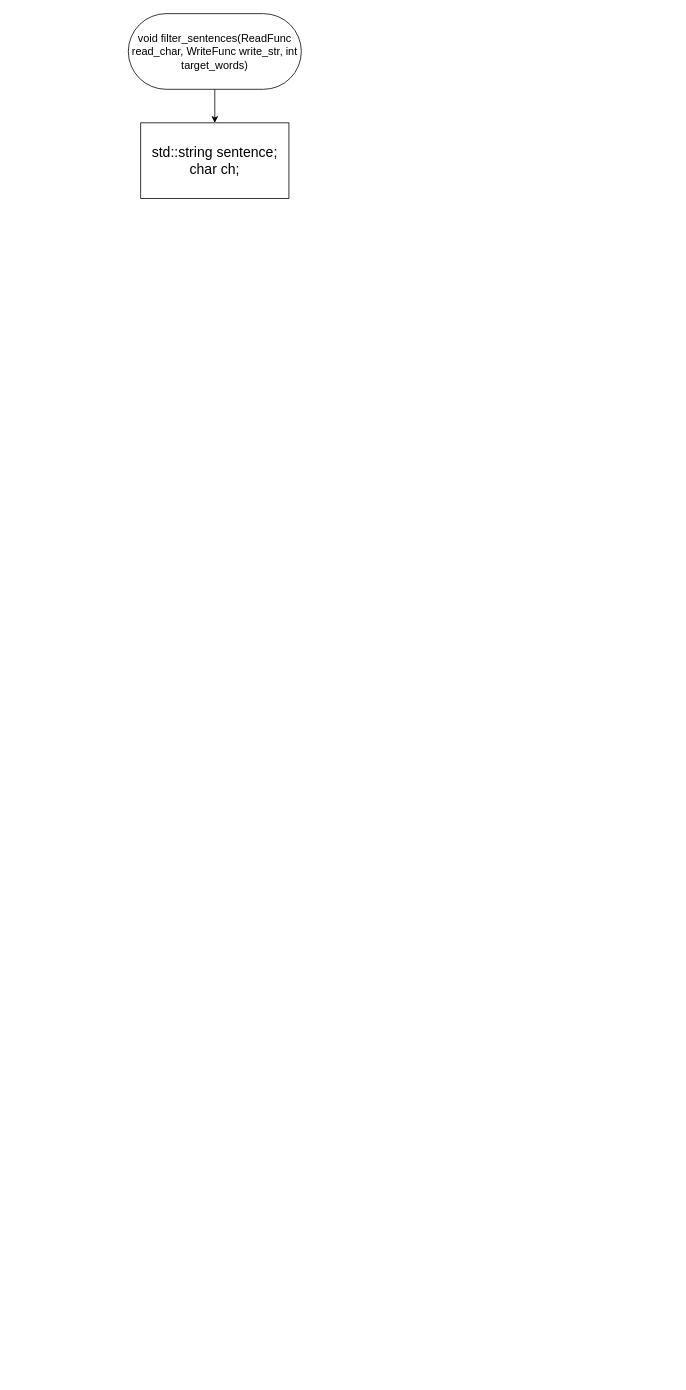
kravecila28-ops/Block-diagram_templates keeps this draw.io diagram as LAB8_filter_sentences.drawio. Above is the earlier version. Source tidied: cells renumbered, new cells numbered last; positions are measured from the earlier drawing's top-left corner, leaving out a move shared by most shapes. Both pictures are drawn from the tidied source at 78%, with x=0, y=0 at pixel (128, 13).
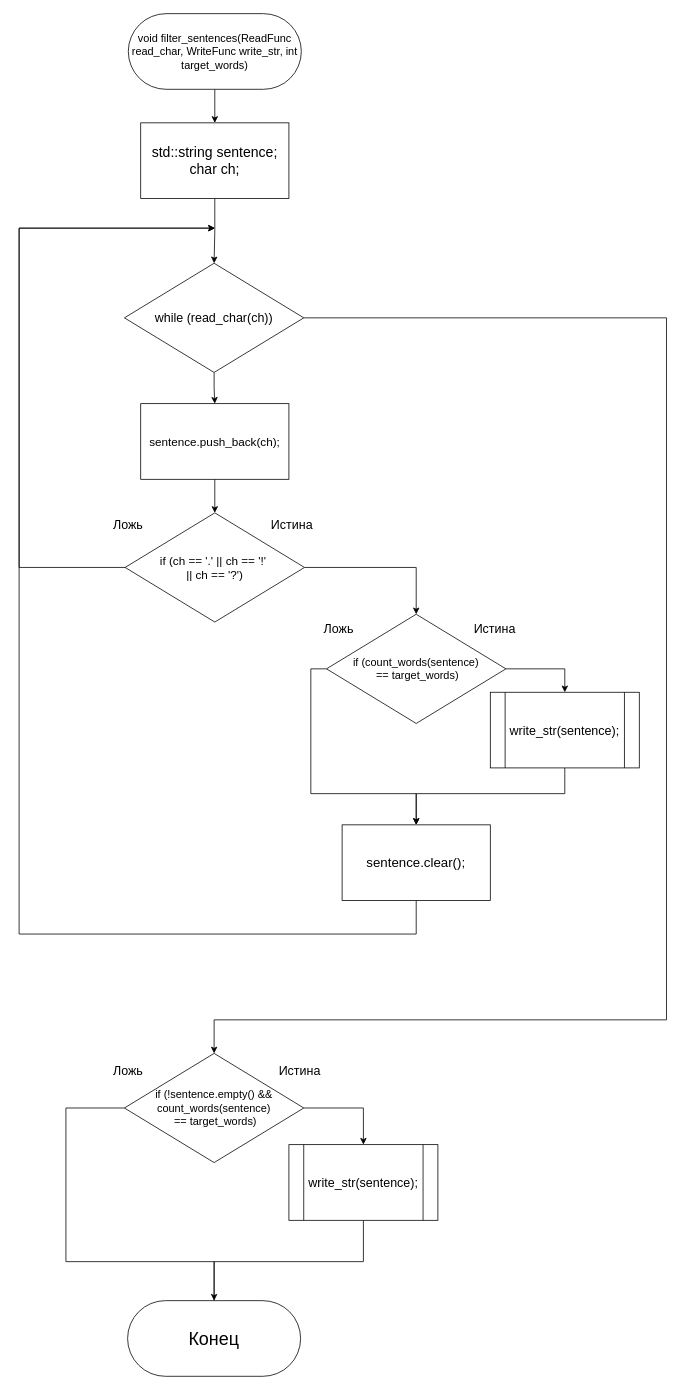
Above is the later version.

The change refers to these unchanged cells:
```xml
<mxCell id="3" value="&lt;font style=&quot;font-size: 14px;&quot;&gt;void filter_sentences(ReadFunc read_char, WriteFunc write_str, int target_words)&lt;/font&gt;" style="rounded=1;whiteSpace=wrap;html=1;arcSize=50;labelBackgroundColor=none;" parent="1" vertex="1">
  <mxGeometry width="221.8" height="97" as="geometry" />
</mxCell>
<mxCell id="4" value="&lt;div&gt;&lt;font style=&quot;font-size: 18px;&quot;&gt;std::string sentence;&lt;/font&gt;&lt;/div&gt;&lt;div&gt;&lt;font style=&quot;font-size: 18px;&quot;&gt;char ch;&lt;/font&gt;&lt;/div&gt;" style="rounded=0;whiteSpace=wrap;html=1;labelBackgroundColor=none;" parent="1" vertex="1">
  <mxGeometry x="15.9" y="140" width="190" height="97" as="geometry" />
</mxCell>
```

Change to the diagram source:
```diff
@@
-    <mxCell id="2" style="edgeStyle=orthogonalEdgeStyle;rounded=0;jettySize=auto;html=1;exitX=0.5;exitY=1;exitDx=0;exitDy=0;entryX=0.5;entryY=0;entryDx=0;entryDy=0;" parent="1" edge="1" source="3" target="4">
+    <mxCell id="2" style="edgeStyle=orthogonalEdgeStyle;rounded=0;jettySize=auto;html=1;exitX=0.5;exitY=1;exitDx=0;exitDy=0;entryX=0.5;entryY=0;entryDx=0;entryDy=0;labelBackgroundColor=none;fontColor=default;" parent="1" edge="1" source="3" target="4">
       <mxGeometry relative="1" as="geometry" />
     </mxCell>
@@
+    <mxCell id="5" style="edgeStyle=orthogonalEdgeStyle;rounded=0;jettySize=auto;html=1;exitX=0.5;exitY=1;exitDx=0;exitDy=0;entryX=0.5;entryY=0;entryDx=0;entryDy=0;labelBackgroundColor=none;fontColor=default;" parent="1" edge="1" source="4" target="8">
+      <mxGeometry relative="1" as="geometry" />
+    </mxCell>
@@
+    <mxCell id="6" style="edgeStyle=orthogonalEdgeStyle;rounded=0;jettySize=auto;html=1;exitX=0.5;exitY=1;exitDx=0;exitDy=0;entryX=0.5;entryY=0;entryDx=0;entryDy=0;labelBackgroundColor=none;fontColor=default;" parent="1" edge="1" source="8" target="14">
+      <mxGeometry relative="1" as="geometry" />
+    </mxCell>
+    <mxCell id="7" style="edgeStyle=orthogonalEdgeStyle;rounded=0;jettySize=auto;html=1;exitX=1;exitY=0.5;exitDx=0;exitDy=0;entryX=0.5;entryY=0;entryDx=0;entryDy=0;labelBackgroundColor=none;fontColor=default;" parent="1" edge="1" source="8" target="25">
+      <mxGeometry relative="1" as="geometry">
+        <Array as="points">
+          <mxPoint x="690" y="390" />
+          <mxPoint x="690" y="1290" />
+          <mxPoint x="110" y="1290" />
+        </Array>
+      </mxGeometry>
+    </mxCell>
+    <mxCell id="8" value="&lt;font style=&quot;font-size: 16px;&quot;&gt;while (read_char(ch))&lt;/font&gt;" style="rhombus;whiteSpace=wrap;html=1;labelBackgroundColor=none;" parent="1" vertex="1">
+      <mxGeometry x="-5" y="320" width="230" height="140" as="geometry" />
+    </mxCell>
+    <mxCell id="9" style="edgeStyle=orthogonalEdgeStyle;rounded=0;jettySize=auto;html=1;exitX=1;exitY=0.5;exitDx=0;exitDy=0;entryX=0.5;entryY=0;entryDx=0;entryDy=0;labelBackgroundColor=none;fontColor=default;" parent="1" edge="1" source="10" target="17">
+      <mxGeometry relative="1" as="geometry" />
+    </mxCell>
+    <mxCell id="10" value="&lt;font style=&quot;font-size: 15px;&quot;&gt;if (ch == '.' || ch == '!'&amp;nbsp;&lt;/font&gt;&lt;div&gt;&lt;font style=&quot;font-size: 15px;&quot;&gt;|| ch == '?')&lt;/font&gt;&lt;/div&gt;" style="rhombus;whiteSpace=wrap;html=1;labelBackgroundColor=none;" parent="1" vertex="1">
+      <mxGeometry x="-4.1" y="640" width="230" height="140" as="geometry" />
+    </mxCell>
+    <mxCell id="11" value="&lt;font style=&quot;font-size: 16px;&quot;&gt;Истина&lt;/font&gt;" style="text;html=1;whiteSpace=wrap;strokeColor=none;fillColor=none;align=center;verticalAlign=middle;rounded=0;labelBackgroundColor=none;" parent="1" vertex="1">
+      <mxGeometry x="180" y="640" width="60" height="30" as="geometry" />
+    </mxCell>
+    <mxCell id="12" value="&lt;span style=&quot;font-size: 16px;&quot;&gt;Ложь&lt;/span&gt;" style="text;html=1;whiteSpace=wrap;strokeColor=none;fillColor=none;align=center;verticalAlign=middle;rounded=0;labelBackgroundColor=none;" parent="1" vertex="1">
+      <mxGeometry x="-30" y="640" width="60" height="30" as="geometry" />
+    </mxCell>
+    <mxCell id="13" style="edgeStyle=orthogonalEdgeStyle;rounded=0;jettySize=auto;html=1;exitX=0.5;exitY=1;exitDx=0;exitDy=0;entryX=0.5;entryY=0;entryDx=0;entryDy=0;labelBackgroundColor=none;fontColor=default;" parent="1" edge="1" source="14" target="10">
+      <mxGeometry relative="1" as="geometry" />
+    </mxCell>
+    <mxCell id="14" value="&lt;font style=&quot;font-size: 15px;&quot;&gt;sentence.push_back(ch);&lt;/font&gt;" style="rounded=0;whiteSpace=wrap;html=1;labelBackgroundColor=none;" parent="1" vertex="1">
+      <mxGeometry x="15.9" y="500" width="190" height="97" as="geometry" />
+    </mxCell>
+    <mxCell id="15" style="edgeStyle=orthogonalEdgeStyle;rounded=0;jettySize=auto;html=1;exitX=1;exitY=0.5;exitDx=0;exitDy=0;entryX=0.5;entryY=0;entryDx=0;entryDy=0;labelBackgroundColor=none;fontColor=default;" parent="1" edge="1" source="17" target="31">
+      <mxGeometry relative="1" as="geometry" />
+    </mxCell>
+    <mxCell id="16" style="edgeStyle=orthogonalEdgeStyle;rounded=0;jettySize=auto;html=1;exitX=0;exitY=0.5;exitDx=0;exitDy=0;entryX=0.5;entryY=0;entryDx=0;entryDy=0;" parent="1" edge="1" source="17" target="22">
+      <mxGeometry relative="1" as="geometry">
+        <Array as="points">
+          <mxPoint x="234" y="840" />
+          <mxPoint x="234" y="1000" />
+          <mxPoint x="369" y="1000" />
+        </Array>
+      </mxGeometry>
+    </mxCell>
+    <mxCell id="17" value="&lt;font style=&quot;font-size: 14px;&quot;&gt;if (count_words(sentence)&lt;/font&gt;&lt;div&gt;&lt;font style=&quot;font-size: 14px;&quot;&gt;&amp;nbsp;== target_words)&lt;/font&gt;&lt;/div&gt;" style="rhombus;whiteSpace=wrap;html=1;labelBackgroundColor=none;" parent="1" vertex="1">
+      <mxGeometry x="254.1" y="770" width="230" height="140" as="geometry" />
+    </mxCell>
+    <mxCell id="18" value="&lt;font style=&quot;font-size: 16px;&quot;&gt;Истина&lt;/font&gt;" style="text;html=1;whiteSpace=wrap;strokeColor=none;fillColor=none;align=center;verticalAlign=middle;rounded=0;labelBackgroundColor=none;" parent="1" vertex="1">
+      <mxGeometry x="440" y="773" width="60" height="30" as="geometry" />
+    </mxCell>
+    <mxCell id="19" value="&lt;span style=&quot;font-size: 16px;&quot;&gt;Ложь&lt;/span&gt;" style="text;html=1;whiteSpace=wrap;strokeColor=none;fillColor=none;align=center;verticalAlign=middle;rounded=0;labelBackgroundColor=none;" parent="1" vertex="1">
+      <mxGeometry x="240" y="773" width="60" height="30" as="geometry" />
+    </mxCell>
+    <mxCell id="20" style="edgeStyle=orthogonalEdgeStyle;rounded=0;jettySize=auto;html=1;exitX=0;exitY=0.5;exitDx=0;exitDy=0;entryX=0;entryY=0.5;entryDx=0;entryDy=0;labelBackgroundColor=none;fontColor=default;" parent="1" edge="1" source="10">
+      <mxGeometry relative="1" as="geometry">
+        <mxPoint x="111" y="275" as="targetPoint" />
+        <Array as="points">
+          <mxPoint x="-140" y="710" />
+          <mxPoint x="-140" y="275" />
+        </Array>
+      </mxGeometry>
+    </mxCell>
+    <mxCell id="21" style="edgeStyle=orthogonalEdgeStyle;rounded=0;jettySize=auto;html=1;exitX=0.5;exitY=1;exitDx=0;exitDy=0;entryX=0;entryY=0.5;entryDx=0;entryDy=0;labelBackgroundColor=none;fontColor=default;" parent="1" edge="1" source="22">
+      <mxGeometry relative="1" as="geometry">
+        <mxPoint x="111" y="275" as="targetPoint" />
+        <Array as="points">
+          <mxPoint x="369" y="1180" />
+          <mxPoint x="-140" y="1180" />
+          <mxPoint x="-140" y="275" />
+        </Array>
+      </mxGeometry>
+    </mxCell>
+    <mxCell id="22" value="&lt;font style=&quot;font-size: 17px;&quot;&gt;sentence.clear();&lt;/font&gt;" style="rounded=0;whiteSpace=wrap;html=1;labelBackgroundColor=none;" parent="1" vertex="1">
+      <mxGeometry x="274.1" y="1040" width="190" height="97" as="geometry" />
+    </mxCell>
+    <mxCell id="23" style="edgeStyle=orthogonalEdgeStyle;rounded=0;jettySize=auto;html=1;exitX=1;exitY=0.5;exitDx=0;exitDy=0;entryX=0.5;entryY=0;entryDx=0;entryDy=0;labelBackgroundColor=none;fontColor=default;" parent="1" edge="1" source="25" target="32">
+      <mxGeometry relative="1" as="geometry" />
+    </mxCell>
+    <mxCell id="24" style="edgeStyle=orthogonalEdgeStyle;rounded=0;jettySize=auto;html=1;exitX=0;exitY=0.5;exitDx=0;exitDy=0;labelBackgroundColor=none;fontColor=default;" parent="1" edge="1" source="25">
+      <mxGeometry relative="1" as="geometry">
+        <mxPoint x="110" y="1680" as="targetPoint" />
+        <Array as="points">
+          <mxPoint x="-80" y="1403" />
+          <mxPoint x="-80" y="1600" />
+          <mxPoint x="110" y="1600" />
+        </Array>
+      </mxGeometry>
+    </mxCell>
+    <mxCell id="25" value="&lt;font style=&quot;font-size: 14px;&quot;&gt;if (!sentence.empty() &amp;amp;&amp;amp; count_words(sentence)&lt;/font&gt;&lt;div&gt;&lt;font style=&quot;font-size: 14px;&quot;&gt;&amp;nbsp;== target_words)&lt;/font&gt;&lt;/div&gt;" style="rhombus;whiteSpace=wrap;html=1;labelBackgroundColor=none;" parent="1" vertex="1">
+      <mxGeometry x="-5" y="1333" width="230" height="140" as="geometry" />
+    </mxCell>
+    <mxCell id="26" value="&lt;font style=&quot;font-size: 16px;&quot;&gt;Истина&lt;/font&gt;" style="text;html=1;whiteSpace=wrap;strokeColor=none;fillColor=none;align=center;verticalAlign=middle;rounded=0;labelBackgroundColor=none;" parent="1" vertex="1">
+      <mxGeometry x="190" y="1340" width="60" height="30" as="geometry" />
+    </mxCell>
+    <mxCell id="27" value="&lt;span style=&quot;font-size: 16px;&quot;&gt;Ложь&lt;/span&gt;" style="text;html=1;whiteSpace=wrap;strokeColor=none;fillColor=none;align=center;verticalAlign=middle;rounded=0;labelBackgroundColor=none;" parent="1" vertex="1">
+      <mxGeometry x="-30" y="1340" width="60" height="30" as="geometry" />
+    </mxCell>
+    <mxCell id="28" style="edgeStyle=orthogonalEdgeStyle;rounded=0;jettySize=auto;html=1;exitX=0.5;exitY=1;exitDx=0;exitDy=0;entryX=0.5;entryY=0;entryDx=0;entryDy=0;labelBackgroundColor=none;fontColor=default;" parent="1" edge="1" source="32" target="29">
+      <mxGeometry relative="1" as="geometry">
+        <Array as="points">
+          <mxPoint x="301" y="1600" />
+          <mxPoint x="110" y="1600" />
+        </Array>
+      </mxGeometry>
+    </mxCell>
+    <mxCell id="29" value="&lt;font style=&quot;font-size: 23px;&quot;&gt;Конец&lt;/font&gt;" style="rounded=1;whiteSpace=wrap;html=1;arcSize=50;labelBackgroundColor=none;" parent="1" vertex="1">
+      <mxGeometry x="-0.9" y="1650" width="221.8" height="97" as="geometry" />
+    </mxCell>
+    <mxCell id="30" style="edgeStyle=orthogonalEdgeStyle;rounded=0;jettySize=auto;html=1;exitX=0.5;exitY=1;exitDx=0;exitDy=0;entryX=0.5;entryY=0;entryDx=0;entryDy=0;" parent="1" edge="1" source="31" target="22">
+      <mxGeometry relative="1" as="geometry">
+        <Array as="points">
+          <mxPoint x="560" y="1000" />
+          <mxPoint x="369" y="1000" />
+        </Array>
+      </mxGeometry>
+    </mxCell>
+    <mxCell id="31" value="&lt;span style=&quot;font-size: 16px;&quot;&gt;write_str(sentence);&lt;/span&gt;" style="shape=process;whiteSpace=wrap;html=1;backgroundOutline=1;labelBackgroundColor=none;" parent="1" vertex="1">
+      <mxGeometry x="464.1" y="870" width="191" height="97" as="geometry" />
+    </mxCell>
+    <mxCell id="32" value="&lt;span style=&quot;font-size: 16px;&quot;&gt;write_str(sentence);&lt;/span&gt;" style="shape=process;whiteSpace=wrap;html=1;backgroundOutline=1;labelBackgroundColor=none;" parent="1" vertex="1">
+      <mxGeometry x="205.9" y="1450" width="191" height="97" as="geometry" />
+    </mxCell>
```
